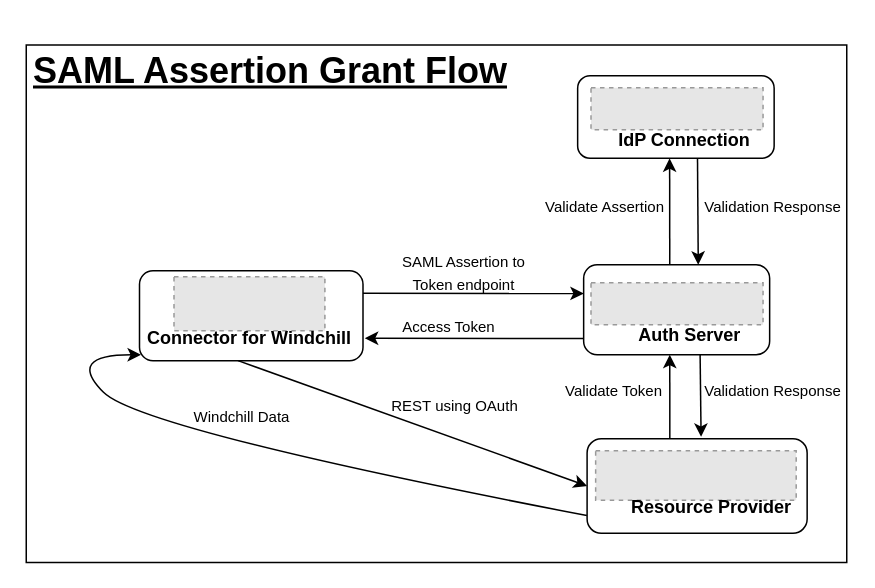
Above: Untitled Diagram.drawio in rohitgaikwad09/SAML (draw.io), before the change. Source tidied: cells renumbered, new cells numbered last; positions are measured from the earlier drawing's top-left corner, leaving out a move shared by most shapes. Both pictures are drawn from the tidied source at 150%, with x=0, y=0 at pixel (26, 40). Pictures stored in the file or linked from it are replaced by grey dashed boxes.
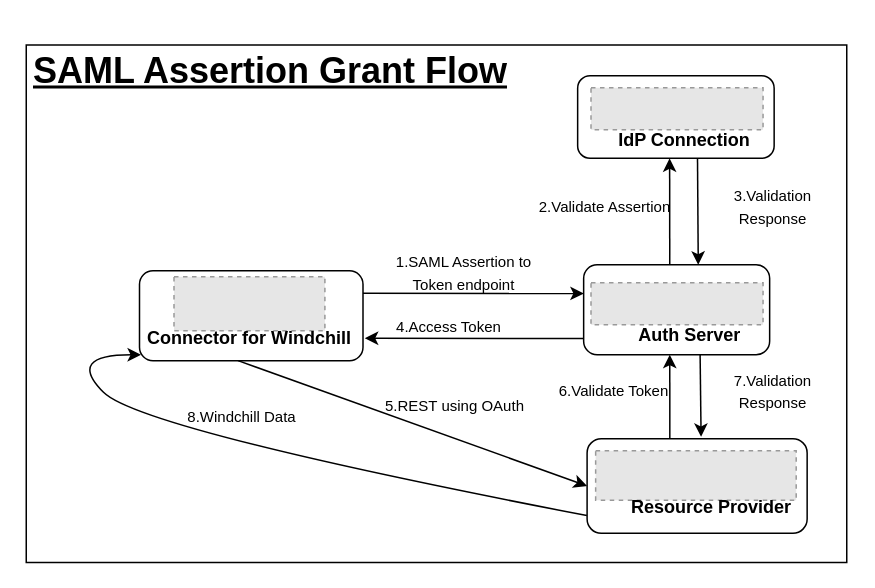
The same page after the edit.

Change to the diagram source:
```diff
@@
-    <mxCell id="21" value="&lt;font style=&quot;font-size: 10px;&quot;&gt;Validate Assertion&lt;/font&gt;" style="text;html=1;strokeColor=none;fillColor=none;align=center;verticalAlign=middle;whiteSpace=wrap;rounded=0;" parent="1" vertex="1">
+    <mxCell id="21" value="&lt;font style=&quot;font-size: 10px;&quot;&gt;2.Validate Assertion&lt;/font&gt;" style="text;html=1;strokeColor=none;fillColor=none;align=center;verticalAlign=middle;whiteSpace=wrap;rounded=0;" parent="1" vertex="1">
       <mxGeometry x="336" y="95" width="100" height="30" as="geometry" />
     </mxCell>
-    <mxCell id="22" value="&lt;font style=&quot;font-size: 10px;&quot;&gt;Validation Response&lt;/font&gt;" style="text;html=1;strokeColor=none;fillColor=none;align=center;verticalAlign=middle;whiteSpace=wrap;rounded=0;" parent="1" vertex="1">
+    <mxCell id="22" value="&lt;font style=&quot;font-size: 10px;&quot;&gt;3.Validation Response&lt;/font&gt;" style="text;html=1;strokeColor=none;fillColor=none;align=center;verticalAlign=middle;whiteSpace=wrap;rounded=0;" parent="1" vertex="1">
       <mxGeometry x="448" y="95" width="100" height="30" as="geometry" />
     </mxCell>
@@
-    <mxCell id="24" value="&lt;font style=&quot;font-size: 10px;&quot;&gt;Validate Token&lt;/font&gt;" style="text;html=1;strokeColor=none;fillColor=none;align=center;verticalAlign=middle;whiteSpace=wrap;rounded=0;" parent="1" vertex="1">
+    <mxCell id="24" value="&lt;font style=&quot;font-size: 10px;&quot;&gt;6.Validate Token&lt;/font&gt;" style="text;html=1;strokeColor=none;fillColor=none;align=center;verticalAlign=middle;whiteSpace=wrap;rounded=0;" parent="1" vertex="1">
       <mxGeometry x="342" y="218" width="100" height="30" as="geometry" />
     </mxCell>
-    <mxCell id="25" value="&lt;font style=&quot;font-size: 10px;&quot;&gt;Validation Response&lt;/font&gt;" style="text;html=1;strokeColor=none;fillColor=none;align=center;verticalAlign=middle;whiteSpace=wrap;rounded=0;" parent="1" vertex="1">
+    <mxCell id="25" value="&lt;font style=&quot;font-size: 10px;&quot;&gt;7.Validation Response&lt;/font&gt;" style="text;html=1;strokeColor=none;fillColor=none;align=center;verticalAlign=middle;whiteSpace=wrap;rounded=0;" parent="1" vertex="1">
       <mxGeometry x="448" y="218" width="100" height="30" as="geometry" />
     </mxCell>
-    <mxCell id="26" value="&lt;font style=&quot;font-size: 10px;&quot;&gt;SAML Assertion to Token endpoint&lt;/font&gt;" style="text;html=1;strokeColor=none;fillColor=none;align=center;verticalAlign=middle;whiteSpace=wrap;rounded=0;" parent="1" vertex="1">
+    <mxCell id="26" value="&lt;font style=&quot;font-size: 10px;&quot;&gt;1.SAML Assertion to Token endpoint&lt;/font&gt;" style="text;html=1;strokeColor=none;fillColor=none;align=center;verticalAlign=middle;whiteSpace=wrap;rounded=0;" parent="1" vertex="1">
       <mxGeometry x="242" y="139" width="100" height="30" as="geometry" />
     </mxCell>
-    <mxCell id="27" value="&lt;font style=&quot;font-size: 10px;&quot;&gt;Access Token&lt;/font&gt;" style="text;html=1;strokeColor=none;fillColor=none;align=center;verticalAlign=middle;whiteSpace=wrap;rounded=0;" parent="1" vertex="1">
+    <mxCell id="27" value="&lt;font style=&quot;font-size: 10px;&quot;&gt;4.Access Token&lt;/font&gt;" style="text;html=1;strokeColor=none;fillColor=none;align=center;verticalAlign=middle;whiteSpace=wrap;rounded=0;" parent="1" vertex="1">
       <mxGeometry x="232" y="175" width="100" height="30" as="geometry" />
     </mxCell>
-    <mxCell id="28" value="&lt;font style=&quot;font-size: 10px;&quot;&gt;REST using OAuth&lt;/font&gt;" style="text;html=1;strokeColor=none;fillColor=none;align=center;verticalAlign=middle;whiteSpace=wrap;rounded=0;" parent="1" vertex="1">
+    <mxCell id="28" value="&lt;font style=&quot;font-size: 10px;&quot;&gt;5.REST using OAuth&lt;/font&gt;" style="text;html=1;strokeColor=none;fillColor=none;align=center;verticalAlign=middle;whiteSpace=wrap;rounded=0;" parent="1" vertex="1">
       <mxGeometry x="236" y="228" width="100" height="30" as="geometry" />
     </mxCell>
@@
-    <mxCell id="30" value="&lt;font style=&quot;font-size: 10px;&quot;&gt;Windchill Data&lt;/font&gt;" style="text;html=1;strokeColor=none;fillColor=none;align=center;verticalAlign=middle;whiteSpace=wrap;rounded=0;" parent="1" vertex="1">
+    <mxCell id="30" value="&lt;font style=&quot;font-size: 10px;&quot;&gt;8.Windchill Data&lt;/font&gt;" style="text;html=1;strokeColor=none;fillColor=none;align=center;verticalAlign=middle;whiteSpace=wrap;rounded=0;" parent="1" vertex="1">
       <mxGeometry x="94" y="235" width="100" height="30" as="geometry" />
     </mxCell>
```
